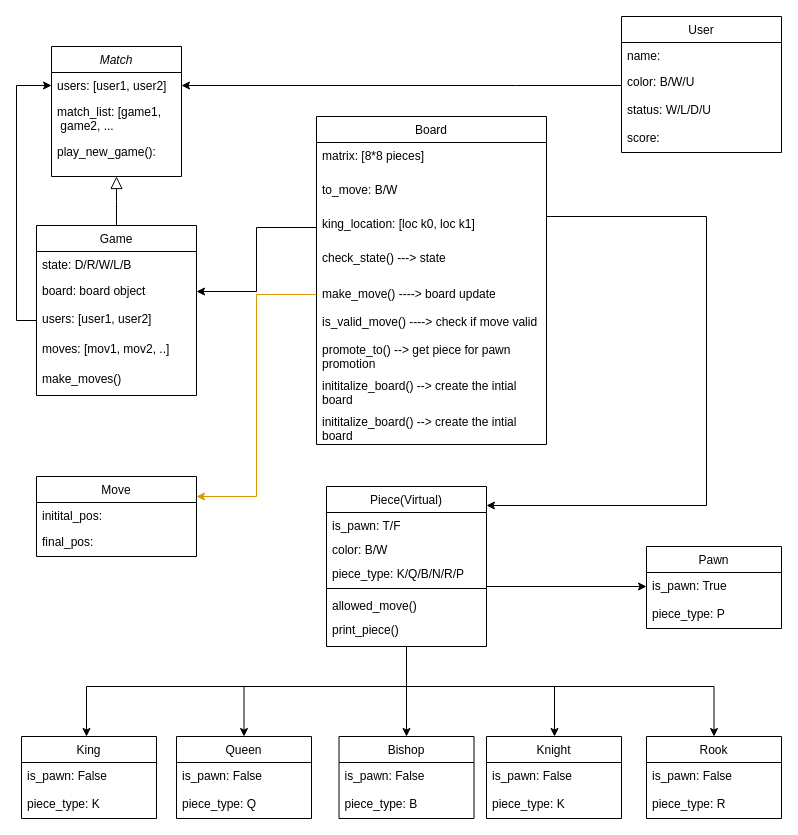
arindam9999/cgine keeps this draw.io diagram as class_diagram.drawio. Above is the earlier version. Source tidied: cells renumbered, new cells numbered last; positions are measured from the earlier drawing's top-left corner, leaving out a move shared by most shapes. Both pictures are drawn from the tidied source at 100%, with x=0, y=0 at pixel (21, 16).
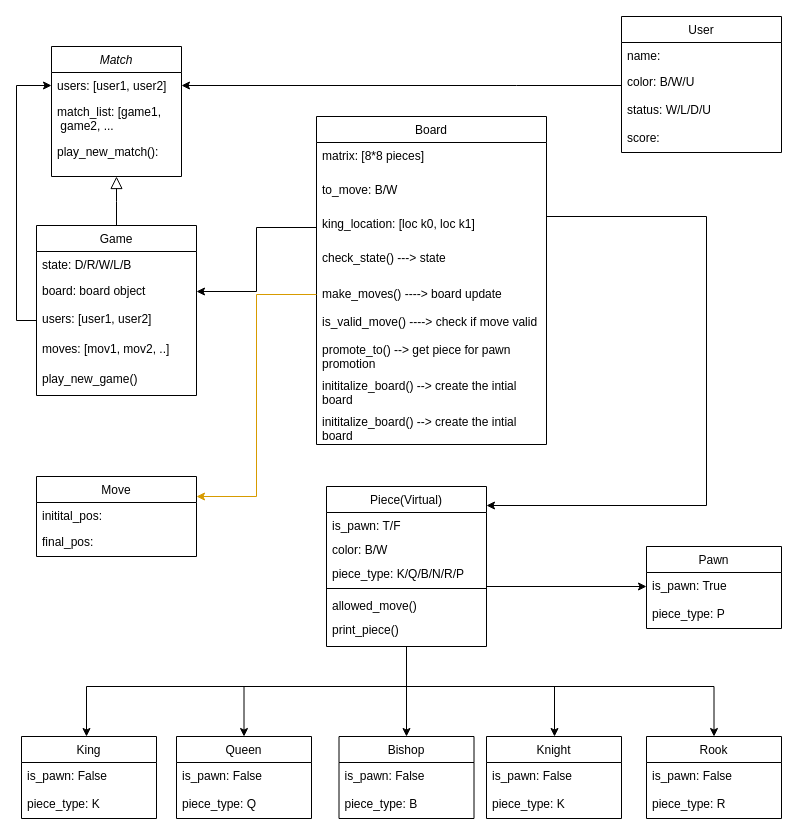
After the change.

Commit message (it also covers changes not shown here):
Complete game class

Unchanged cells that the change refers to:
```xml
<mxCell id="2" value="Match" style="swimlane;fontStyle=2;align=center;verticalAlign=top;horizontal=1;startSize=26;rounded=0;shadow=0;strokeWidth=1;" parent="1" vertex="1">
  <mxGeometry x="30" y="30" width="130" height="130" as="geometry" />
</mxCell>
<mxCell id="6" value="Game" style="swimlane;fontStyle=0;align=center;verticalAlign=top;horizontal=1;startSize=26;rounded=0;shadow=0;strokeWidth=1;" parent="1" vertex="1">
  <mxGeometry x="15" y="209" width="160" height="170" as="geometry" />
</mxCell>
<mxCell id="25" value="Board" style="swimlane;fontStyle=0;align=center;verticalAlign=top;horizontal=1;startSize=26;rounded=0;shadow=0;strokeWidth=1;" parent="1" vertex="1">
  <mxGeometry x="295" y="100" width="230" height="328" as="geometry" />
</mxCell>
```

The edit, as a diff of the source:
```diff
@@
-    <mxCell id="5" value="play_new_game():" style="text;align=left;verticalAlign=top;spacingLeft=4;spacingRight=4;overflow=hidden;rounded=0;shadow=0;html=0;" parent="2" vertex="1">
+    <mxCell id="5" value="play_new_match():" style="text;align=left;verticalAlign=top;spacingLeft=4;spacingRight=4;overflow=hidden;rounded=0;shadow=0;html=0;" parent="2" vertex="1">
       <mxGeometry y="92" width="130" height="30" as="geometry" />
     </mxCell>
@@
-    <mxCell id="11" value="make_moves()" style="text;align=left;verticalAlign=top;spacingLeft=4;spacingRight=4;overflow=hidden;rounded=0;shadow=0;html=0;" parent="6" vertex="1">
+    <mxCell id="11" value="play_new_game()" style="text;align=left;verticalAlign=top;spacingLeft=4;spacingRight=4;overflow=hidden;rounded=0;shadow=0;html=0;" parent="6" vertex="1">
       <mxGeometry y="140" width="160" height="30" as="geometry" />
     </mxCell>
@@
-    <mxCell id="30" value="make_move() ----&gt; board update" style="text;align=left;verticalAlign=top;spacingLeft=4;spacingRight=4;overflow=hidden;points=[[0,0.5],[1,0.5]];portConstraint=eastwest;rounded=0;shadow=0;html=0;" parent="25" vertex="1">
+    <mxCell id="30" value="make_moves() ----&gt; board update" style="text;align=left;verticalAlign=top;spacingLeft=4;spacingRight=4;overflow=hidden;points=[[0,0.5],[1,0.5]];portConstraint=eastwest;rounded=0;shadow=0;html=0;" parent="25" vertex="1">
       <mxGeometry y="164" width="230" height="28" as="geometry" />
     </mxCell>
```
